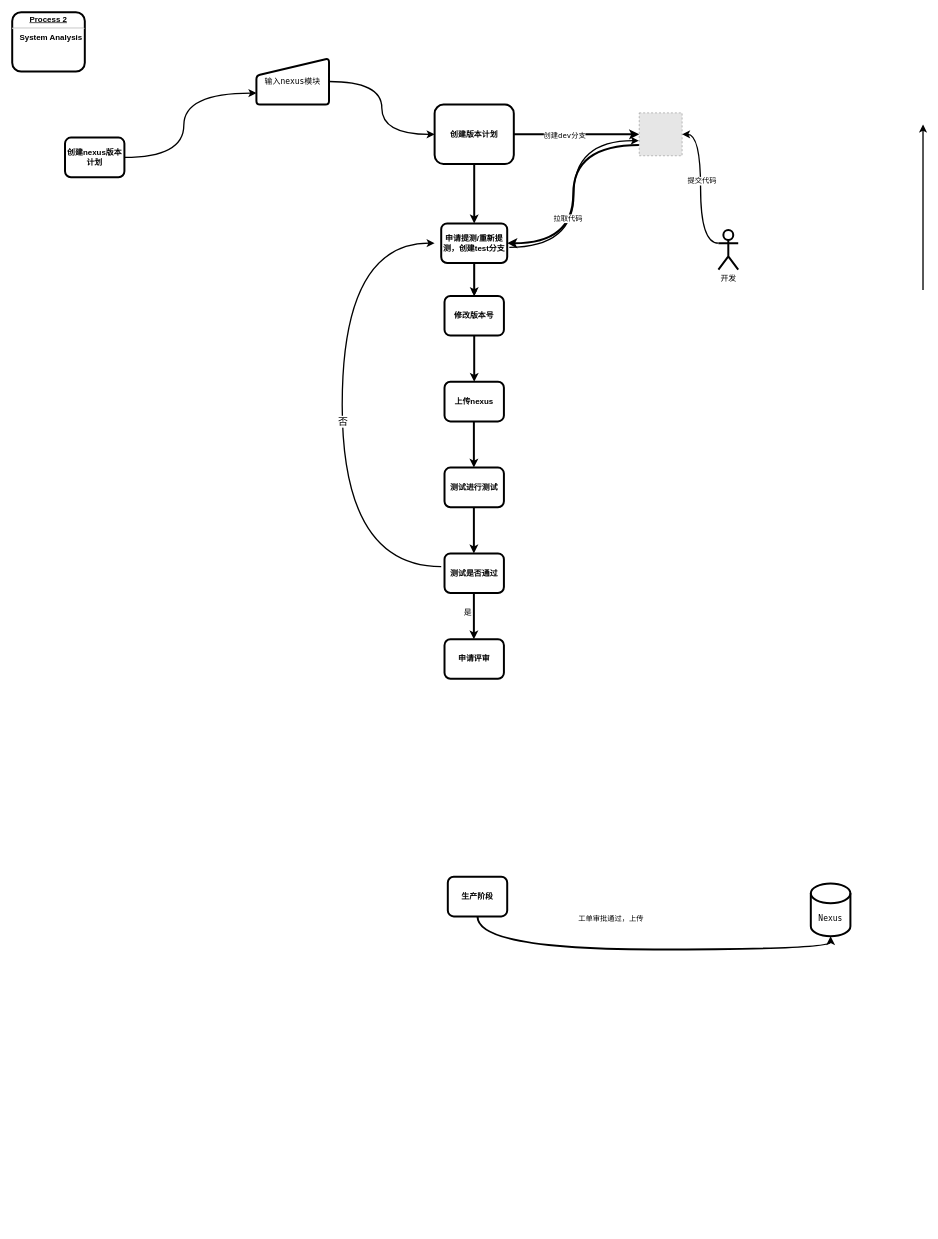
Earlier version of the draw.io diagram demo/demo Diagram.drawio (Makecodeeasy/diagrams). Source tidied: cells renumbered, new cells numbered last; positions are measured from the earlier drawing's top-left corner, leaving out a move shared by most shapes. Both pictures are drawn from the tidied source at 66%, with x=0, y=0 at pixel (12, 12). Pictures stored in the file or linked from it are replaced by grey dashed boxes.
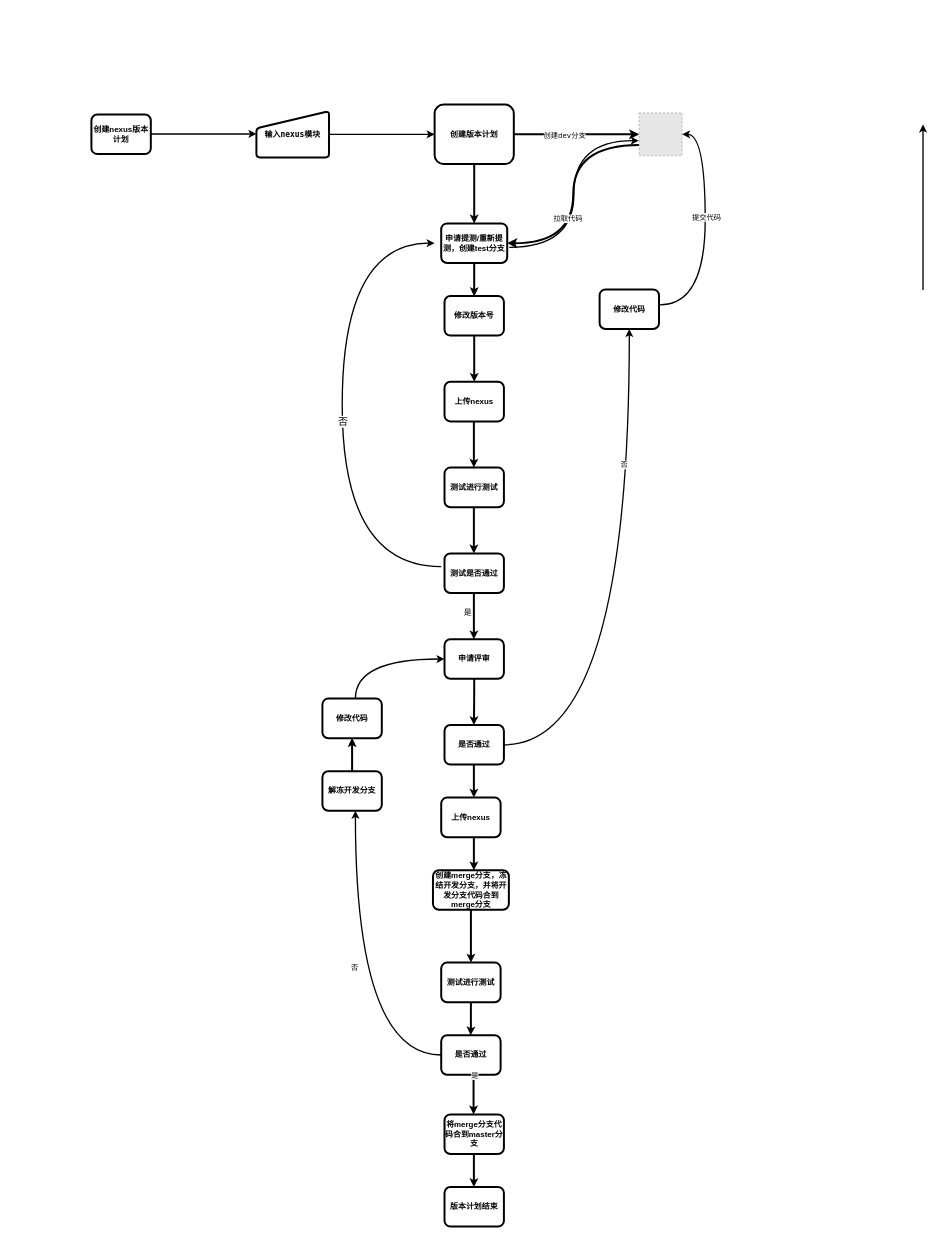
The same page after the edit.

The change refers to these unchanged cells:
```xml
<mxCell id="16" style="fillColor=#E6E6E6;strokeColor=#999999;dashed=1;html=1;verticalAlign=top;verticalLabelPosition=bottom;fontFamily=Lucida Console;" parent="1" vertex="1">
  <mxGeometry x="950" y="152.5" width="65" height="65" as="geometry" />
</mxCell>
<mxCell id="37" value="申请评审" style="whiteSpace=wrap;align=center;verticalAlign=middle;fontStyle=1;strokeWidth=3;rounded=1;" parent="1" vertex="1">
  <mxGeometry x="655" y="950" width="90" height="60" as="geometry" />
</mxCell>
```

Diff of the diagram source:
```diff
@@
     <mxCell id="2" value="创建nexus版本计划" style="whiteSpace=wrap;align=center;verticalAlign=middle;fontStyle=1;strokeWidth=3;rounded=1;" parent="1" vertex="1">
-      <mxGeometry x="80" y="190" width="90" height="60" as="geometry" />
+      <mxGeometry x="120" y="155" width="90" height="60" as="geometry" />
     </mxCell>
-    <mxCell id="3" value="&lt;p style=&quot;margin: 0px; margin-top: 4px; text-align: center; text-decoration: underline;&quot;&gt;&lt;strong&gt;Process 2&lt;br /&gt;&lt;/strong&gt;&lt;/p&gt;&lt;hr /&gt;&lt;p style=&quot;margin: 0px; margin-left: 8px;&quot;&gt;System Analysis&lt;/p&gt;" style="verticalAlign=middle;align=center;overflow=fill;fontSize=12;fontFamily=Helvetica;html=1;fontStyle=1;strokeWidth=3;rounded=1;" parent="1" vertex="1">
-      <mxGeometry width="110" height="90" as="geometry" />
-    </mxCell>
@@
-    <mxCell id="6" style="edgeStyle=elbowEdgeStyle;elbow=horizontal;strokeWidth=2;exitX=1;exitY=0.5;exitDx=0;exitDy=0;entryX=0;entryY=0.75;entryDx=0;entryDy=0;curved=1;" parent="1" edge="1" source="2" target="7">
-      <mxGeometry relative="1" as="geometry">
-        <Array as="points">
-          <mxPoint x="260" y="180" />
-          <mxPoint x="280" y="110" />
-          <mxPoint x="200" y="215" />
-          <mxPoint x="240" y="90" />
-        </Array>
-      </mxGeometry>
-    </mxCell>
-    <mxCell id="7" value="输入nexus模块" style="html=1;strokeWidth=3;shape=manualInput;whiteSpace=wrap;size=26;arcSize=11;fontFamily=Lucida Console;rounded=1;" parent="1" vertex="1">
-      <mxGeometry x="370" y="70" width="110" height="70" as="geometry" />
+    <mxCell id="7" value="&lt;b&gt;输入nexus模块&lt;/b&gt;" style="html=1;strokeWidth=3;shape=manualInput;whiteSpace=wrap;size=26;arcSize=11;fontFamily=Lucida Console;rounded=1;" parent="1" vertex="1">
+      <mxGeometry x="370" y="150" width="110" height="70" as="geometry" />
     </mxCell>
@@
-    <mxCell id="17" value="开发" style="shape=umlActor;verticalLabelPosition=bottom;verticalAlign=top;html=1;outlineConnect=0;strokeWidth=3;fontFamily=Lucida Console;rounded=1;" parent="1" vertex="1">
-      <mxGeometry x="1070" y="330" width="30" height="60" as="geometry" />
-    </mxCell>
-    <mxCell id="18" style="edgeStyle=elbowEdgeStyle;elbow=horizontal;strokeWidth=2;curved=1;exitX=0;exitY=0.3333333333333333;exitDx=0;exitDy=0;exitPerimeter=0;" parent="1" edge="1" source="17" target="16">
-      <mxGeometry relative="1" as="geometry" />
+    <mxCell id="18" style="edgeStyle=elbowEdgeStyle;elbow=horizontal;strokeWidth=2;curved=1;exitX=1.018;exitY=0.39;exitDx=0;exitDy=0;exitPerimeter=0;" parent="1" edge="1" source="42" target="16">
+      <mxGeometry relative="1" as="geometry">
+        <Array as="points">
+          <mxPoint x="1050" y="370" />
+          <mxPoint x="1060" y="270" />
+          <mxPoint x="1020" y="380" />
+        </Array>
+      </mxGeometry>
     </mxCell>
@@
-    <mxCell id="22" value="Nexus" style="shape=cylinder3;whiteSpace=wrap;html=1;boundedLbl=1;backgroundOutline=1;size=15;rounded=1;strokeWidth=3;fontFamily=Lucida Console;" parent="1" vertex="1">
-      <mxGeometry x="1210" y="1320" width="60" height="80" as="geometry" />
-    </mxCell>
-    <mxCell id="23" style="edgeStyle=orthogonalEdgeStyle;curved=1;jettySize=auto;html=0;exitX=0.5;exitY=1;exitDx=0;exitDy=0;entryX=0.5;entryY=1;entryDx=0;entryDy=0;entryPerimeter=0;startSize=4;endSize=4;strokeWidth=3;fontFamily=Lucida Console;" parent="1" edge="1" source="25" target="22">
-      <mxGeometry relative="1" as="geometry" />
-    </mxCell>
-    <mxCell id="24" value="工单审批通过，上传" style="edgeLabel;html=1;align=center;verticalAlign=middle;fontFamily=Lucida Console;" parent="23" vertex="1">
-      <mxGeometry x="-0.17" y="47" relative="1" as="geometry" />
-    </mxCell>
-    <mxCell id="25" value="生产阶段" style="whiteSpace=wrap;align=center;verticalAlign=middle;fontStyle=1;strokeWidth=3;rounded=1;" parent="1" vertex="1">
-      <mxGeometry x="660" y="1310" width="90" height="60" as="geometry" />
-    </mxCell>
@@
+    <mxCell id="38" style="edgeStyle=orthogonalEdgeStyle;curved=1;orthogonalLoop=1;jettySize=auto;html=0;strokeWidth=3;fontFamily=Lucida Console;endSize=4;startSize=4;" parent="1" edge="1">
+      <mxGeometry relative="1" as="geometry">
+        <mxPoint x="700" y="1010" as="sourcePoint" />
+        <mxPoint x="699.5" y="1080" as="targetPoint" />
+        <Array as="points">
+          <mxPoint x="700" y="1050" />
+        </Array>
+      </mxGeometry>
+    </mxCell>
+    <mxCell id="39" value="是否通过" style="whiteSpace=wrap;align=center;verticalAlign=middle;fontStyle=1;strokeWidth=3;rounded=1;" parent="1" vertex="1">
+      <mxGeometry x="655" y="1080" width="90" height="60" as="geometry" />
+    </mxCell>
+    <mxCell id="40" style="edgeStyle=elbowEdgeStyle;elbow=horizontal;strokeWidth=2;curved=1;exitX=1;exitY=0.5;exitDx=0;exitDy=0;entryX=0.5;entryY=1;entryDx=0;entryDy=0;" parent="1" edge="1" source="39" target="42">
+      <mxGeometry relative="1" as="geometry">
+        <Array as="points">
+          <mxPoint x="935" y="490" />
+          <mxPoint x="930" y="650" />
+          <mxPoint x="950" y="490" />
+          <mxPoint x="950" y="480" />
+          <mxPoint x="950" y="960" />
+          <mxPoint x="470" y="1140" />
+        </Array>
+      </mxGeometry>
+    </mxCell>
+    <mxCell id="41" value="否" style="edgeLabel;html=1;align=center;verticalAlign=middle;" parent="40" vertex="1">
+      <mxGeometry x="0.5" y="9" relative="1" as="geometry" />
+    </mxCell>
+    <mxCell id="42" value="修改代码" style="whiteSpace=wrap;align=center;verticalAlign=middle;fontStyle=1;strokeWidth=3;rounded=1;" parent="1" vertex="1">
+      <mxGeometry x="890" y="420" width="90" height="60" as="geometry" />
+    </mxCell>
+    <mxCell id="43" value="创建merge分支，冻结开发分支，并将开发分支代码合到merge分支" style="whiteSpace=wrap;align=center;verticalAlign=middle;fontStyle=1;strokeWidth=3;rounded=1;" parent="1" vertex="1">
+      <mxGeometry x="637.5" y="1300" width="115" height="60" as="geometry" />
+    </mxCell>
+    <mxCell id="44" value="测试进行测试" style="whiteSpace=wrap;align=center;verticalAlign=middle;fontStyle=1;strokeWidth=3;rounded=1;" parent="1" vertex="1">
+      <mxGeometry x="650" y="1440" width="90" height="60" as="geometry" />
+    </mxCell>
+    <mxCell id="45" style="edgeStyle=orthogonalEdgeStyle;curved=1;jettySize=auto;html=0;strokeWidth=3;fontFamily=Lucida Console;endSize=4;startSize=4;exitX=0.5;exitY=1;exitDx=0;exitDy=0;entryX=0.5;entryY=0;entryDx=0;entryDy=0;" parent="1" edge="1" source="43" target="44">
+      <mxGeometry relative="1" as="geometry" />
+    </mxCell>
+    <mxCell id="46" value="是否通过" style="whiteSpace=wrap;align=center;verticalAlign=middle;fontStyle=1;strokeWidth=3;rounded=1;" parent="1" vertex="1">
+      <mxGeometry x="650" y="1550" width="90" height="60" as="geometry" />
+    </mxCell>
+    <mxCell id="47" style="edgeStyle=elbowEdgeStyle;elbow=horizontal;strokeWidth=2;curved=1;exitX=0;exitY=0.5;exitDx=0;exitDy=0;" parent="1" edge="1" source="46">
+      <mxGeometry relative="1" as="geometry">
+        <mxPoint x="520" y="1210" as="targetPoint" />
+        <Array as="points">
+          <mxPoint x="520" y="1190" />
+          <mxPoint x="510" y="1320" />
+          <mxPoint x="490" y="1450" />
+        </Array>
+      </mxGeometry>
+    </mxCell>
+    <mxCell id="48" value="否" style="edgeLabel;html=1;align=center;verticalAlign=middle;" parent="47" vertex="1">
+      <mxGeometry x="0.05" y="2" relative="1" as="geometry" />
+    </mxCell>
+    <mxCell id="49" style="edgeStyle=orthogonalEdgeStyle;rounded=0;jettySize=auto;html=1;" parent="1" edge="1" source="50" target="51">
+      <mxGeometry relative="1" as="geometry" />
+    </mxCell>
+    <mxCell id="50" value="解冻开发分支" style="whiteSpace=wrap;align=center;verticalAlign=middle;fontStyle=1;strokeWidth=3;rounded=1;" parent="1" vertex="1">
+      <mxGeometry x="470" y="1150" width="90" height="60" as="geometry" />
+    </mxCell>
+    <mxCell id="51" value="修改代码" style="whiteSpace=wrap;align=center;verticalAlign=middle;fontStyle=1;strokeWidth=3;rounded=1;" parent="1" vertex="1">
+      <mxGeometry x="470" y="1040" width="90" height="60" as="geometry" />
+    </mxCell>
+    <mxCell id="52" style="edgeStyle=orthogonalEdgeStyle;curved=1;jettySize=auto;html=0;strokeWidth=3;fontFamily=Lucida Console;endSize=4;startSize=4;exitX=0.5;exitY=0;exitDx=0;exitDy=0;entryX=0.5;entryY=1;entryDx=0;entryDy=0;" parent="1" edge="1" source="50" target="51">
+      <mxGeometry relative="1" as="geometry" />
+    </mxCell>
+    <mxCell id="53" style="edgeStyle=elbowEdgeStyle;elbow=horizontal;strokeWidth=2;curved=1;entryX=0;entryY=0.5;entryDx=0;entryDy=0;" parent="1" edge="1" target="37">
+      <mxGeometry relative="1" as="geometry">
+        <mxPoint x="520" y="1040" as="sourcePoint" />
+        <Array as="points">
+          <mxPoint x="520" y="960" />
+        </Array>
+      </mxGeometry>
+    </mxCell>
+    <mxCell id="54" style="edgeStyle=orthogonalEdgeStyle;curved=1;orthogonalLoop=1;jettySize=auto;html=0;strokeWidth=3;fontFamily=Lucida Console;endSize=4;startSize=4;" parent="1" edge="1">
+      <mxGeometry relative="1" as="geometry">
+        <mxPoint x="695" y="1500" as="sourcePoint" />
+        <mxPoint x="694.5" y="1550" as="targetPoint" />
+        <Array as="points">
+          <mxPoint x="695" y="1540" />
+          <mxPoint x="695" y="1540" />
+        </Array>
+      </mxGeometry>
+    </mxCell>
+    <mxCell id="55" style="edgeStyle=orthogonalEdgeStyle;curved=1;orthogonalLoop=1;jettySize=auto;html=0;strokeWidth=3;fontFamily=Lucida Console;endSize=4;startSize=4;" parent="1" edge="1">
+      <mxGeometry relative="1" as="geometry">
+        <mxPoint x="699" y="1620" as="sourcePoint" />
+        <mxPoint x="699" y="1670" as="targetPoint" />
+        <Array as="points">
+          <mxPoint x="699" y="1610" />
+          <mxPoint x="699" y="1610" />
+        </Array>
+      </mxGeometry>
+    </mxCell>
+    <mxCell id="56" value="是" style="edgeLabel;html=1;align=center;verticalAlign=middle;" parent="55" vertex="1">
+      <mxGeometry x="-0.27" y="-1" relative="1" as="geometry">
+        <mxPoint x="2" y="-16" as="offset" />
+      </mxGeometry>
+    </mxCell>
+    <mxCell id="57" value="将merge分支代码合到master分支" style="whiteSpace=wrap;align=center;verticalAlign=middle;fontStyle=1;strokeWidth=3;rounded=1;" parent="1" vertex="1">
+      <mxGeometry x="655" y="1670" width="90" height="60" as="geometry" />
+    </mxCell>
+    <mxCell id="58" style="edgeStyle=elbowEdgeStyle;elbow=horizontal;strokeWidth=2;curved=1;exitX=1;exitY=0.5;exitDx=0;exitDy=0;entryX=0;entryY=0.5;entryDx=0;entryDy=0;" parent="1" edge="1">
+      <mxGeometry relative="1" as="geometry">
+        <mxPoint x="210" y="184.5" as="sourcePoint" />
+        <mxPoint x="370" y="184.5" as="targetPoint" />
+      </mxGeometry>
+    </mxCell>
+    <mxCell id="59" value="上传nexus" style="whiteSpace=wrap;align=center;verticalAlign=middle;fontStyle=1;strokeWidth=3;rounded=1;" parent="1" vertex="1">
+      <mxGeometry x="650" y="1190" width="90" height="60" as="geometry" />
+    </mxCell>
+    <mxCell id="60" style="edgeStyle=orthogonalEdgeStyle;curved=1;orthogonalLoop=1;jettySize=auto;html=0;strokeWidth=3;fontFamily=Lucida Console;endSize=4;startSize=4;exitX=0.5;exitY=1;exitDx=0;exitDy=0;entryX=0.5;entryY=0;entryDx=0;entryDy=0;" parent="1" edge="1">
+      <mxGeometry relative="1" as="geometry">
+        <mxPoint x="699.5" y="1250" as="sourcePoint" />
+        <mxPoint x="699.5" y="1300" as="targetPoint" />
+        <Array as="points">
+          <mxPoint x="700" y="1280" />
+          <mxPoint x="700" y="1280" />
+        </Array>
+      </mxGeometry>
+    </mxCell>
+    <mxCell id="61" style="edgeStyle=orthogonalEdgeStyle;curved=1;orthogonalLoop=1;jettySize=auto;html=0;strokeWidth=3;fontFamily=Lucida Console;endSize=4;startSize=4;exitX=0.5;exitY=1;exitDx=0;exitDy=0;entryX=0.5;entryY=0;entryDx=0;entryDy=0;" parent="1" edge="1">
+      <mxGeometry relative="1" as="geometry">
+        <mxPoint x="699.5" y="1140" as="sourcePoint" />
+        <mxPoint x="699.5" y="1190" as="targetPoint" />
+        <Array as="points">
+          <mxPoint x="700" y="1180" />
+          <mxPoint x="700" y="1180" />
+        </Array>
+      </mxGeometry>
+    </mxCell>
+    <mxCell id="62" value="版本计划结束" style="whiteSpace=wrap;align=center;verticalAlign=middle;fontStyle=1;strokeWidth=3;rounded=1;" parent="1" vertex="1">
+      <mxGeometry x="655" y="1780" width="90" height="60" as="geometry" />
+    </mxCell>
+    <mxCell id="63" style="edgeStyle=orthogonalEdgeStyle;curved=1;orthogonalLoop=1;jettySize=auto;html=0;strokeWidth=3;fontFamily=Lucida Console;endSize=4;startSize=4;exitX=0.5;exitY=1;exitDx=0;exitDy=0;entryX=0.5;entryY=0;entryDx=0;entryDy=0;" parent="1" edge="1">
+      <mxGeometry relative="1" as="geometry">
+        <mxPoint x="699.5" y="1730" as="sourcePoint" />
+        <mxPoint x="699.5" y="1780" as="targetPoint" />
+      </mxGeometry>
+    </mxCell>
```
